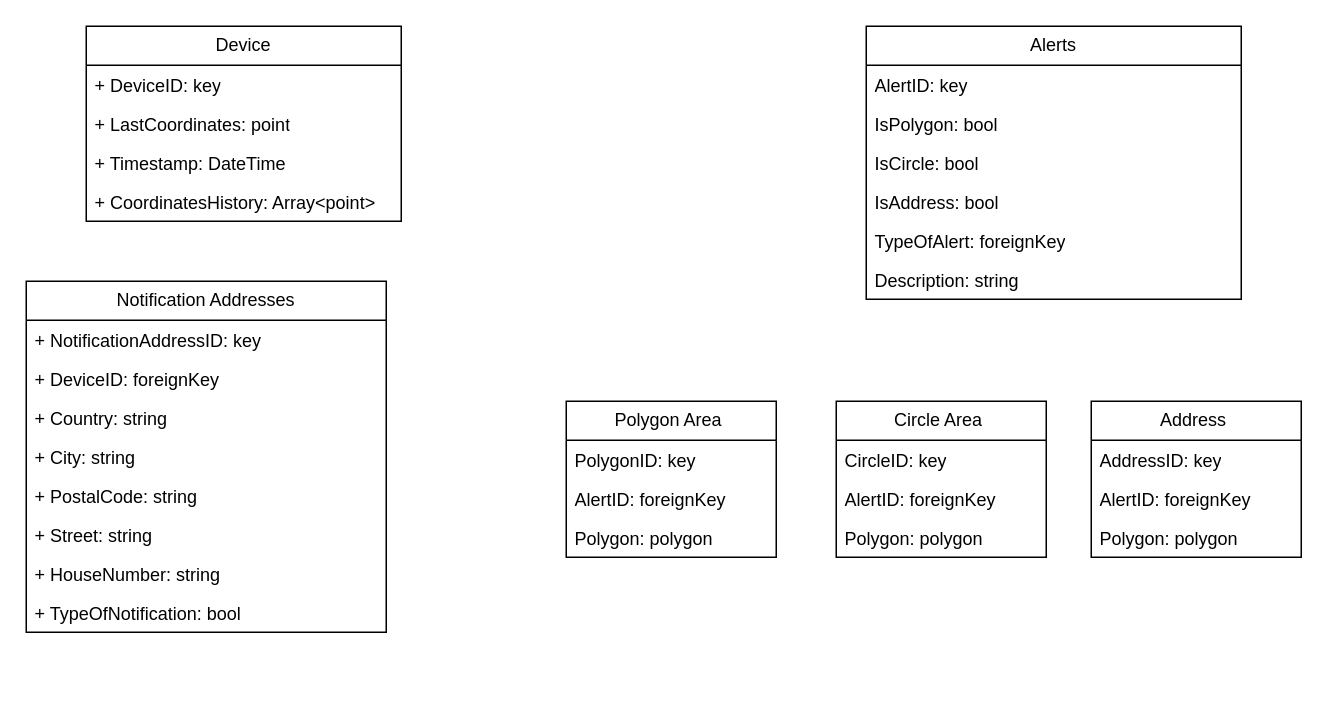
The draw.io diagram baza.drawio in BoGodAkim/otwock-back, before the edit. Source tidied: cells renumbered, new cells numbered last; positions are measured from the earlier drawing's top-left corner, leaving out a move shared by most shapes. Both pictures are drawn from the tidied source at 150%, with x=0, y=0 at pixel (26, 26).
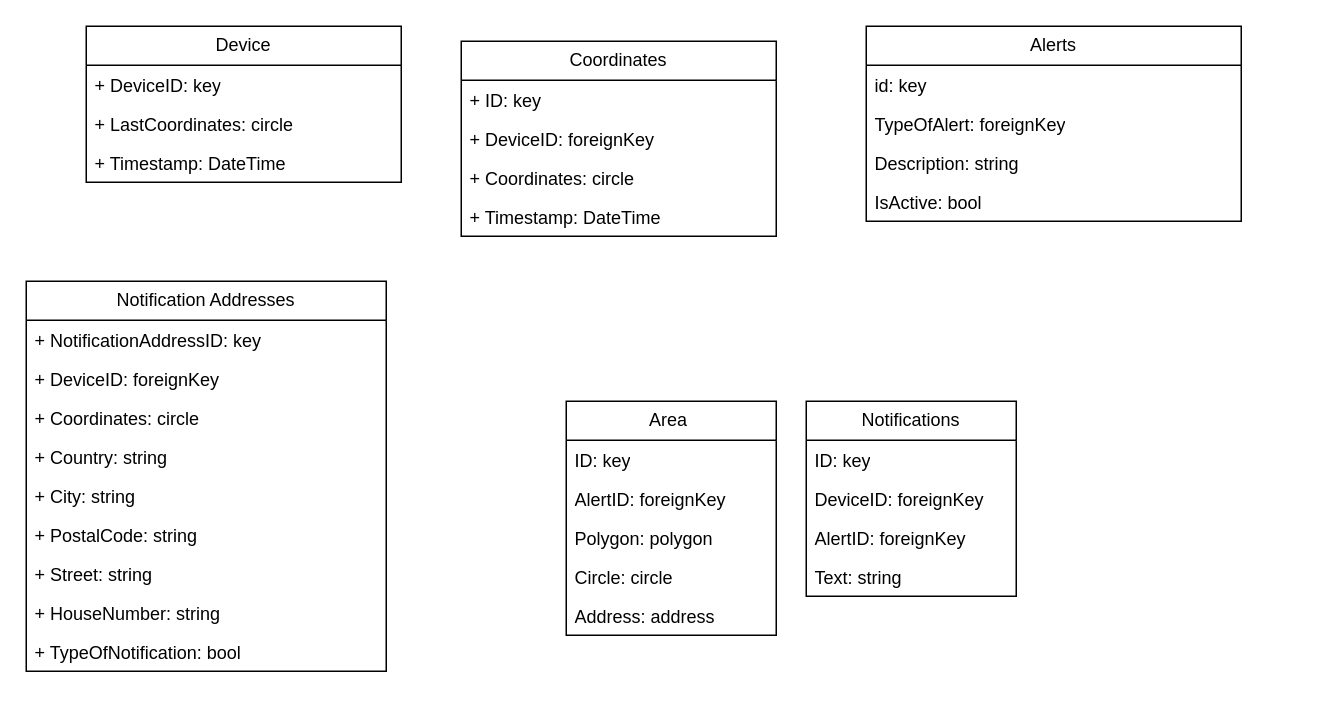
The same page after the edit.

Change to the diagram source:
```diff
@@
     <mxCell id="2" value="Device" style="swimlane;fontStyle=0;horizontal=1;startSize=26;fillColor=none;whiteSpace=wrap;html=1;" parent="1" vertex="1">
-      <mxGeometry x="40" width="210" height="130" as="geometry" />
+      <mxGeometry x="40" width="210" height="104" as="geometry" />
     </mxCell>
@@
-    <mxCell id="4" value="+ LastCoordinates: point" style="text;strokeColor=none;fillColor=none;align=left;verticalAlign=top;spacingLeft=4;spacingRight=4;overflow=hidden;whiteSpace=wrap;html=1;" parent="2" vertex="1">
+    <mxCell id="4" value="+ LastCoordinates: circle" style="text;strokeColor=none;fillColor=none;align=left;verticalAlign=top;spacingLeft=4;spacingRight=4;overflow=hidden;whiteSpace=wrap;html=1;" parent="2" vertex="1">
       <mxGeometry y="52" width="210" height="26" as="geometry" />
     </mxCell>
@@
-    <mxCell id="6" value="+ CoordinatesHistory: Array&amp;lt;point&amp;gt;" style="text;strokeColor=none;fillColor=none;align=left;verticalAlign=top;spacingLeft=4;spacingRight=4;overflow=hidden;whiteSpace=wrap;html=1;" parent="2" vertex="1">
-      <mxGeometry y="104" width="210" height="26" as="geometry" />
-    </mxCell>
     <mxCell id="7" value="Alerts" style="swimlane;fontStyle=0;horizontal=1;startSize=26;fillColor=none;whiteSpace=wrap;html=1;" parent="1" vertex="1">
-      <mxGeometry x="560" width="250" height="182" as="geometry" />
+      <mxGeometry x="560" width="250" height="130" as="geometry" />
     </mxCell>
-    <mxCell id="8" value="AlertID: key" style="text;strokeColor=none;fillColor=none;align=left;verticalAlign=top;spacingLeft=4;spacingRight=4;overflow=hidden;whiteSpace=wrap;html=1;" parent="7" vertex="1">
+    <mxCell id="8" value="id: key" style="text;strokeColor=none;fillColor=none;align=left;verticalAlign=top;spacingLeft=4;spacingRight=4;overflow=hidden;whiteSpace=wrap;html=1;" parent="7" vertex="1">
       <mxGeometry y="26" width="250" height="26" as="geometry" />
     </mxCell>
-    <mxCell id="9" value="IsPolygon: bool" style="text;strokeColor=none;fillColor=none;align=left;verticalAlign=top;spacingLeft=4;spacingRight=4;overflow=hidden;whiteSpace=wrap;html=1;" parent="7" vertex="1">
-      <mxGeometry y="52" width="250" height="26" as="geometry" />
-    </mxCell>
-    <mxCell id="10" value="IsCircle: bool" style="text;strokeColor=none;fillColor=none;align=left;verticalAlign=top;spacingLeft=4;spacingRight=4;overflow=hidden;whiteSpace=wrap;html=1;" parent="7" vertex="1">
-      <mxGeometry y="78" width="250" height="26" as="geometry" />
-    </mxCell>
-    <mxCell id="11" value="IsAddress: bool" style="text;strokeColor=none;fillColor=none;align=left;verticalAlign=top;spacingLeft=4;spacingRight=4;overflow=hidden;whiteSpace=wrap;html=1;" parent="7" vertex="1">
-      <mxGeometry y="104" width="250" height="26" as="geometry" />
-    </mxCell>
     <mxCell id="12" value="TypeOfAlert: foreignKey" style="text;strokeColor=none;fillColor=none;align=left;verticalAlign=top;spacingLeft=4;spacingRight=4;overflow=hidden;whiteSpace=wrap;html=1;" parent="7" vertex="1">
-      <mxGeometry y="130" width="250" height="26" as="geometry" />
+      <mxGeometry y="52" width="250" height="26" as="geometry" />
     </mxCell>
     <mxCell id="13" value="Description: string" style="text;strokeColor=none;fillColor=none;align=left;verticalAlign=top;spacingLeft=4;spacingRight=4;overflow=hidden;whiteSpace=wrap;html=1;" parent="7" vertex="1">
-      <mxGeometry y="156" width="250" height="26" as="geometry" />
+      <mxGeometry y="78" width="250" height="26" as="geometry" />
     </mxCell>
+    <mxCell id="35" value="IsActive: bool" style="text;strokeColor=none;fillColor=none;align=left;verticalAlign=top;spacingLeft=4;spacingRight=4;overflow=hidden;whiteSpace=wrap;html=1;" parent="7" vertex="1">
+      <mxGeometry y="104" width="250" height="26" as="geometry" />
+    </mxCell>
-    <mxCell id="14" value="Polygon Area&amp;nbsp;" style="swimlane;fontStyle=0;horizontal=1;startSize=26;fillColor=none;whiteSpace=wrap;html=1;" parent="1" vertex="1">
-      <mxGeometry x="360" y="250" width="140" height="104" as="geometry" />
+    <mxCell id="14" value="Area&amp;nbsp;" style="swimlane;fontStyle=0;horizontal=1;startSize=26;fillColor=none;whiteSpace=wrap;html=1;" parent="1" vertex="1">
+      <mxGeometry x="360" y="250" width="140" height="156" as="geometry" />
     </mxCell>
-    <mxCell id="15" value="PolygonID: key" style="text;strokeColor=none;fillColor=none;align=left;verticalAlign=top;spacingLeft=4;spacingRight=4;overflow=hidden;whiteSpace=wrap;html=1;" parent="14" vertex="1">
+    <mxCell id="15" value="ID: key" style="text;strokeColor=none;fillColor=none;align=left;verticalAlign=top;spacingLeft=4;spacingRight=4;overflow=hidden;whiteSpace=wrap;html=1;" parent="14" vertex="1">
       <mxGeometry y="26" width="140" height="26" as="geometry" />
     </mxCell>
@@
-    <mxCell id="18" value="Circle Area&amp;nbsp;" style="swimlane;fontStyle=0;horizontal=1;startSize=26;fillColor=none;whiteSpace=wrap;html=1;" parent="1" vertex="1">
-      <mxGeometry x="540" y="250" width="140" height="104" as="geometry" />
-    </mxCell>
-    <mxCell id="19" value="CircleID: key" style="text;strokeColor=none;fillColor=none;align=left;verticalAlign=top;spacingLeft=4;spacingRight=4;overflow=hidden;whiteSpace=wrap;html=1;" parent="18" vertex="1">
-      <mxGeometry y="26" width="140" height="26" as="geometry" />
-    </mxCell>
-    <mxCell id="20" value="AlertID: foreignKey" style="text;strokeColor=none;fillColor=none;align=left;verticalAlign=top;spacingLeft=4;spacingRight=4;overflow=hidden;whiteSpace=wrap;html=1;" parent="18" vertex="1">
-      <mxGeometry y="52" width="140" height="26" as="geometry" />
-    </mxCell>
-    <mxCell id="21" value="Polygon: polygon" style="text;strokeColor=none;fillColor=none;align=left;verticalAlign=top;spacingLeft=4;spacingRight=4;overflow=hidden;whiteSpace=wrap;html=1;" parent="18" vertex="1">
-      <mxGeometry y="78" width="140" height="26" as="geometry" />
+    <mxCell id="21" value="Circle: circle" style="text;strokeColor=none;fillColor=none;align=left;verticalAlign=top;spacingLeft=4;spacingRight=4;overflow=hidden;whiteSpace=wrap;html=1;" parent="14" vertex="1">
+      <mxGeometry y="104" width="140" height="26" as="geometry" />
     </mxCell>
-    <mxCell id="22" value="Address&amp;nbsp;" style="swimlane;fontStyle=0;horizontal=1;startSize=26;fillColor=none;whiteSpace=wrap;html=1;" parent="1" vertex="1">
-      <mxGeometry x="710" y="250" width="140" height="104" as="geometry" />
-    </mxCell>
-    <mxCell id="23" value="AddressID: key" style="text;strokeColor=none;fillColor=none;align=left;verticalAlign=top;spacingLeft=4;spacingRight=4;overflow=hidden;whiteSpace=wrap;html=1;" parent="22" vertex="1">
-      <mxGeometry y="26" width="140" height="26" as="geometry" />
-    </mxCell>
-    <mxCell id="24" value="AlertID: foreignKey" style="text;strokeColor=none;fillColor=none;align=left;verticalAlign=top;spacingLeft=4;spacingRight=4;overflow=hidden;whiteSpace=wrap;html=1;" parent="22" vertex="1">
-      <mxGeometry y="52" width="140" height="26" as="geometry" />
-    </mxCell>
-    <mxCell id="25" value="Polygon: polygon" style="text;strokeColor=none;fillColor=none;align=left;verticalAlign=top;spacingLeft=4;spacingRight=4;overflow=hidden;whiteSpace=wrap;html=1;" parent="22" vertex="1">
-      <mxGeometry y="78" width="140" height="26" as="geometry" />
-    </mxCell>
+    <mxCell id="36" value="Address: address" style="text;strokeColor=none;fillColor=none;align=left;verticalAlign=top;spacingLeft=4;spacingRight=4;overflow=hidden;whiteSpace=wrap;html=1;" parent="14" vertex="1">
+      <mxGeometry y="130" width="140" height="26" as="geometry" />
+    </mxCell>
     <mxCell id="26" value="Notification Addresses" style="swimlane;fontStyle=0;horizontal=1;startSize=26;fillColor=none;whiteSpace=wrap;html=1;" parent="1" vertex="1">
-      <mxGeometry y="170" width="240" height="234" as="geometry" />
+      <mxGeometry y="170" width="240" height="260" as="geometry" />
     </mxCell>
@@
+    <mxCell id="37" value="+ Coordinates: circle" style="text;strokeColor=none;fillColor=none;align=left;verticalAlign=top;spacingLeft=4;spacingRight=4;overflow=hidden;whiteSpace=wrap;html=1;" parent="26" vertex="1">
+      <mxGeometry y="78" width="240" height="26" as="geometry" />
+    </mxCell>
     <mxCell id="29" value="+ Country: string" style="text;strokeColor=none;fillColor=none;align=left;verticalAlign=top;spacingLeft=4;spacingRight=4;overflow=hidden;whiteSpace=wrap;html=1;" parent="26" vertex="1">
-      <mxGeometry y="78" width="240" height="26" as="geometry" />
+      <mxGeometry y="104" width="240" height="26" as="geometry" />
     </mxCell>
     <mxCell id="30" value="+ City: string" style="text;strokeColor=none;fillColor=none;align=left;verticalAlign=top;spacingLeft=4;spacingRight=4;overflow=hidden;whiteSpace=wrap;html=1;fontStyle=0;" parent="26" vertex="1">
-      <mxGeometry y="104" width="240" height="26" as="geometry" />
+      <mxGeometry y="130" width="240" height="26" as="geometry" />
     </mxCell>
     <mxCell id="31" value="+ PostalCode: string" style="text;strokeColor=none;fillColor=none;align=left;verticalAlign=top;spacingLeft=4;spacingRight=4;overflow=hidden;whiteSpace=wrap;html=1;" parent="26" vertex="1">
-      <mxGeometry y="130" width="240" height="26" as="geometry" />
+      <mxGeometry y="156" width="240" height="26" as="geometry" />
     </mxCell>
     <mxCell id="32" value="+ Street: string" style="text;strokeColor=none;fillColor=none;align=left;verticalAlign=top;spacingLeft=4;spacingRight=4;overflow=hidden;whiteSpace=wrap;html=1;fontStyle=0;" parent="26" vertex="1">
-      <mxGeometry y="156" width="240" height="26" as="geometry" />
+      <mxGeometry y="182" width="240" height="26" as="geometry" />
     </mxCell>
     <mxCell id="33" value="+ HouseNumber: string" style="text;strokeColor=none;fillColor=none;align=left;verticalAlign=top;spacingLeft=4;spacingRight=4;overflow=hidden;whiteSpace=wrap;html=1;fontStyle=0;" parent="26" vertex="1">
-      <mxGeometry y="182" width="240" height="26" as="geometry" />
+      <mxGeometry y="208" width="240" height="26" as="geometry" />
     </mxCell>
     <mxCell id="34" value="+ TypeOfNotification: bool" style="text;strokeColor=none;fillColor=none;align=left;verticalAlign=top;spacingLeft=4;spacingRight=4;overflow=hidden;whiteSpace=wrap;html=1;" parent="26" vertex="1">
-      <mxGeometry y="208" width="240" height="26" as="geometry" />
+      <mxGeometry y="234" width="240" height="26" as="geometry" />
     </mxCell>
+    <mxCell id="38" value="Coordinates" style="swimlane;fontStyle=0;horizontal=1;startSize=26;fillColor=none;whiteSpace=wrap;html=1;" parent="1" vertex="1">
+      <mxGeometry x="290" y="10" width="210" height="130" as="geometry" />
+    </mxCell>
+    <mxCell id="39" value="+ ID: key" style="text;strokeColor=none;fillColor=none;align=left;verticalAlign=top;spacingLeft=4;spacingRight=4;overflow=hidden;whiteSpace=wrap;html=1;" parent="38" vertex="1">
+      <mxGeometry y="26" width="210" height="26" as="geometry" />
+    </mxCell>
+    <mxCell id="40" value="+ DeviceID: foreignKey" style="text;strokeColor=none;fillColor=none;align=left;verticalAlign=top;spacingLeft=4;spacingRight=4;overflow=hidden;whiteSpace=wrap;html=1;" parent="38" vertex="1">
+      <mxGeometry y="52" width="210" height="26" as="geometry" />
+    </mxCell>
+    <mxCell id="41" value="+ Coordinates: circle" style="text;strokeColor=none;fillColor=none;align=left;verticalAlign=top;spacingLeft=4;spacingRight=4;overflow=hidden;whiteSpace=wrap;html=1;" parent="38" vertex="1">
+      <mxGeometry y="78" width="210" height="26" as="geometry" />
+    </mxCell>
+    <mxCell id="42" value="+ Timestamp: DateTime" style="text;strokeColor=none;fillColor=none;align=left;verticalAlign=top;spacingLeft=4;spacingRight=4;overflow=hidden;whiteSpace=wrap;html=1;" parent="38" vertex="1">
+      <mxGeometry y="104" width="210" height="26" as="geometry" />
+    </mxCell>
+    <mxCell id="43" value="Notifications" style="swimlane;fontStyle=0;horizontal=1;startSize=26;fillColor=none;whiteSpace=wrap;html=1;" parent="1" vertex="1">
+      <mxGeometry x="520" y="250" width="140" height="130" as="geometry" />
+    </mxCell>
+    <mxCell id="44" value="ID: key" style="text;strokeColor=none;fillColor=none;align=left;verticalAlign=top;spacingLeft=4;spacingRight=4;overflow=hidden;whiteSpace=wrap;html=1;" parent="43" vertex="1">
+      <mxGeometry y="26" width="140" height="26" as="geometry" />
+    </mxCell>
+    <mxCell id="45" value="DeviceID: foreignKey" style="text;strokeColor=none;fillColor=none;align=left;verticalAlign=top;spacingLeft=4;spacingRight=4;overflow=hidden;whiteSpace=wrap;html=1;" parent="43" vertex="1">
+      <mxGeometry y="52" width="140" height="26" as="geometry" />
+    </mxCell>
+    <mxCell id="46" value="AlertID: foreignKey" style="text;strokeColor=none;fillColor=none;align=left;verticalAlign=top;spacingLeft=4;spacingRight=4;overflow=hidden;whiteSpace=wrap;html=1;" parent="43" vertex="1">
+      <mxGeometry y="78" width="140" height="26" as="geometry" />
+    </mxCell>
+    <mxCell id="47" value="Text: string" style="text;strokeColor=none;fillColor=none;align=left;verticalAlign=top;spacingLeft=4;spacingRight=4;overflow=hidden;whiteSpace=wrap;html=1;" parent="43" vertex="1">
+      <mxGeometry y="104" width="140" height="26" as="geometry" />
+    </mxCell>
```
